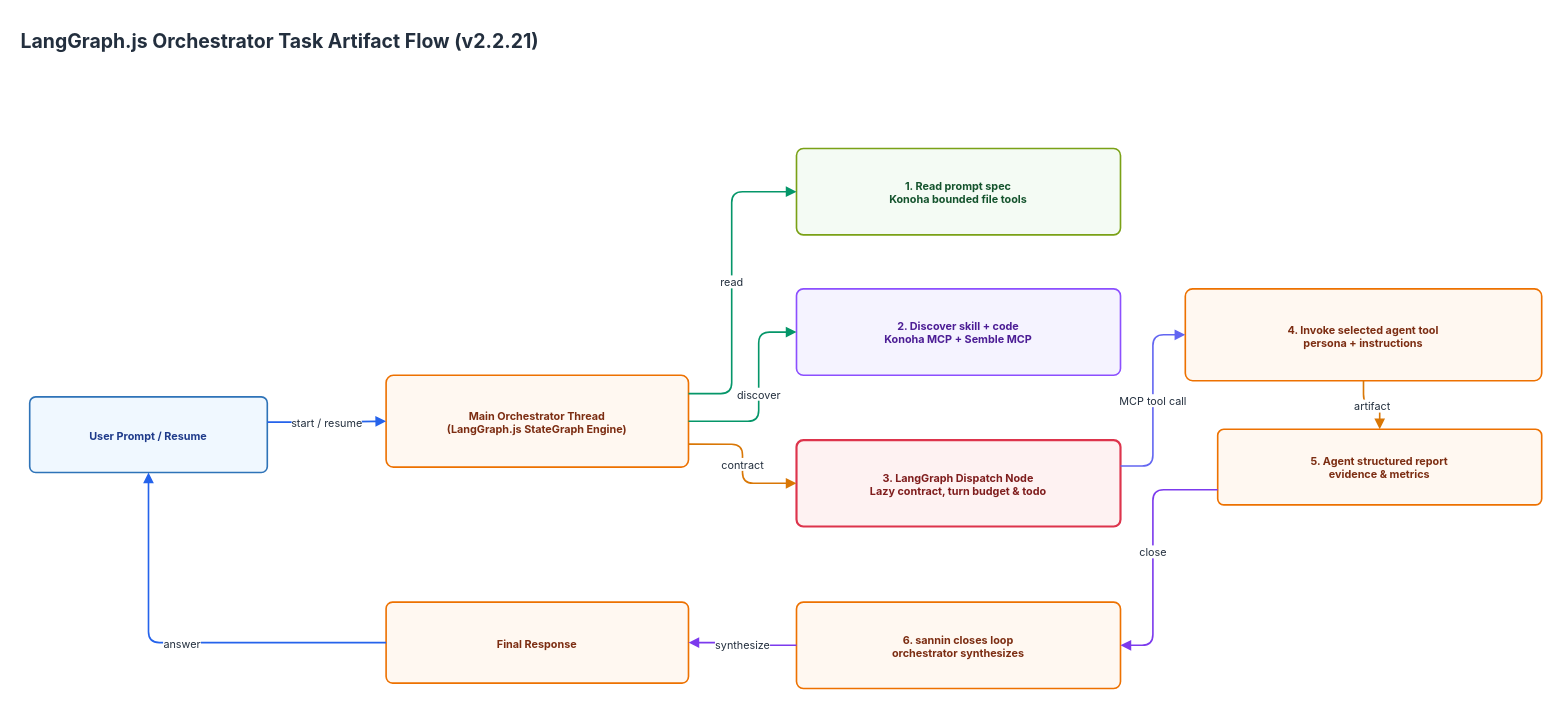
Above: page "08 Orchestrator Task Artifact Flow" (8 of 18) of docs/diagrams/konoha-infrastructure-architecture.drawio in andycungkrinx91/konoha (draw.io), before the change. Source tidied: cells renumbered, new cells numbered last; positions are measured from the earlier drawing's top-left corner, leaving out a move shared by most shapes. Both pictures are drawn from the tidied source at 108%, with x=0, y=0 at pixel (18, 18).
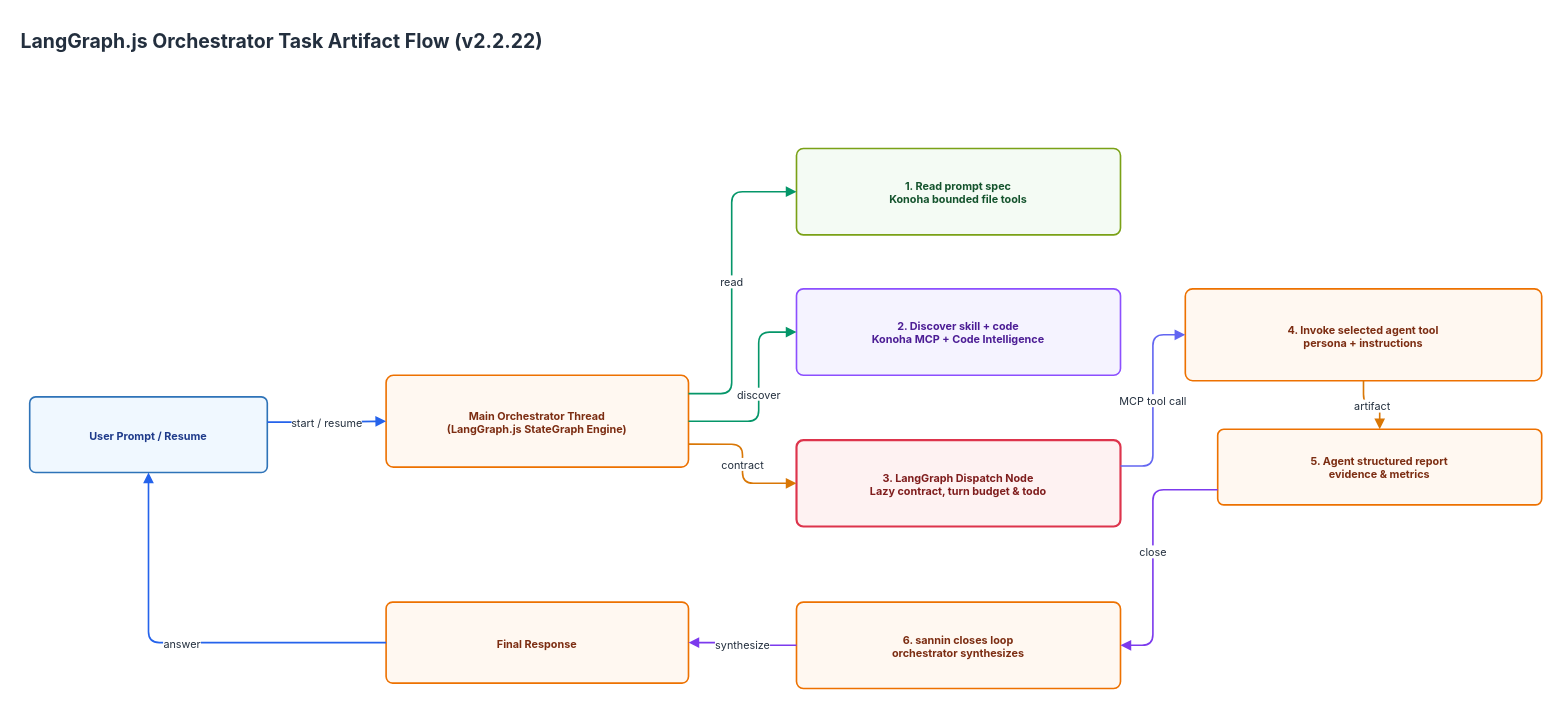
The same diagram, later.

What changed in the source:
```diff
@@
-    <mxCell id="2" value="LangGraph.js Orchestrator Task Artifact Flow (v2.2.21)" style="text;html=1;strokeColor=none;fillColor=none;fontFamily=Inter, system-ui, -apple-system;fontSize=18;fontStyle=1;fontColor=#232F3E;align=left;verticalAlign=middle;" parent="1" vertex="1">
+    <mxCell id="2" value="LangGraph.js Orchestrator Task Artifact Flow (v2.2.22)" style="text;html=1;strokeColor=none;fillColor=none;fontFamily=Inter, system-ui, -apple-system;fontSize=18;fontStyle=1;fontColor=#232F3E;align=left;verticalAlign=middle;" parent="1" vertex="1">
       <mxGeometry width="900" height="40" as="geometry" />
     </mxCell>
@@
-    <mxCell id="6" value="2. Discover skill + code&#10;Konoha MCP + Semble MCP" style="rounded=1;arcSize=8;html=1;whiteSpace=wrap;fillColor=#F5F3FF;strokeColor=#8C4FFF;strokeWidth=1.5;fontFamily=Inter, system-ui, -apple-system;fontSize=10;fontColor=#4C1D95;fontStyle=1;shadow=0;agent=sannin;" parent="1" vertex="1">
+    <mxCell id="6" value="2. Discover skill + code&#10;Konoha MCP + Code Intelligence" style="rounded=1;arcSize=8;html=1;whiteSpace=wrap;fillColor=#F5F3FF;strokeColor=#8C4FFF;strokeWidth=1.5;fontFamily=Inter, system-ui, -apple-system;fontSize=10;fontColor=#4C1D95;fontStyle=1;shadow=0;agent=sannin;" parent="1" vertex="1">
       <mxGeometry x="720" y="250" width="300" height="80" as="geometry" />
     </mxCell>
```
